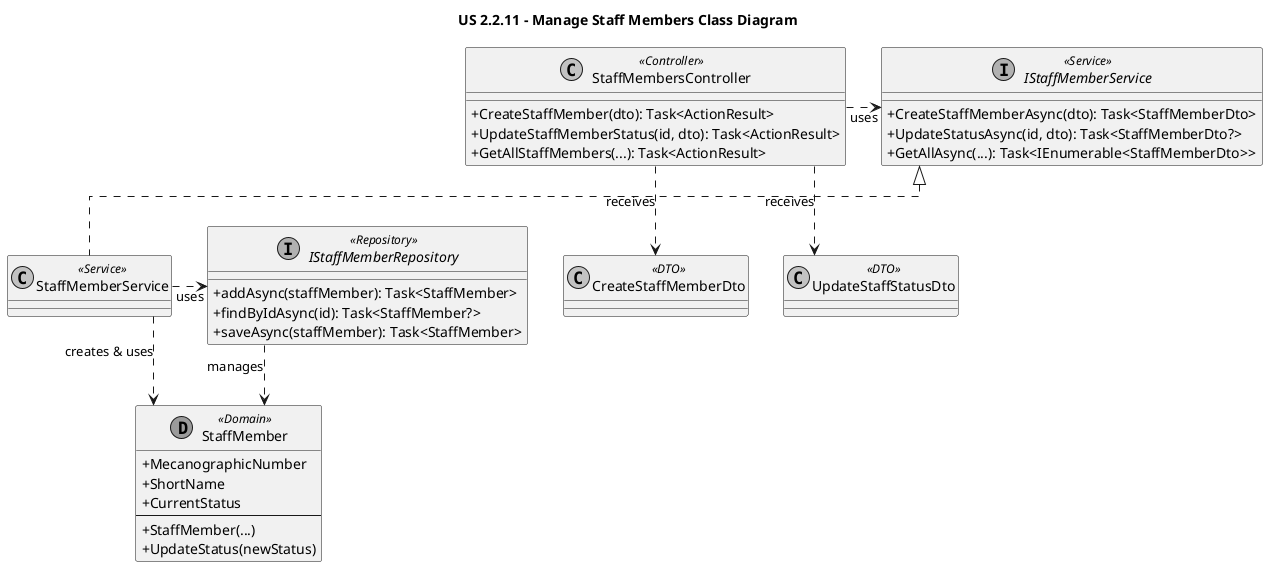
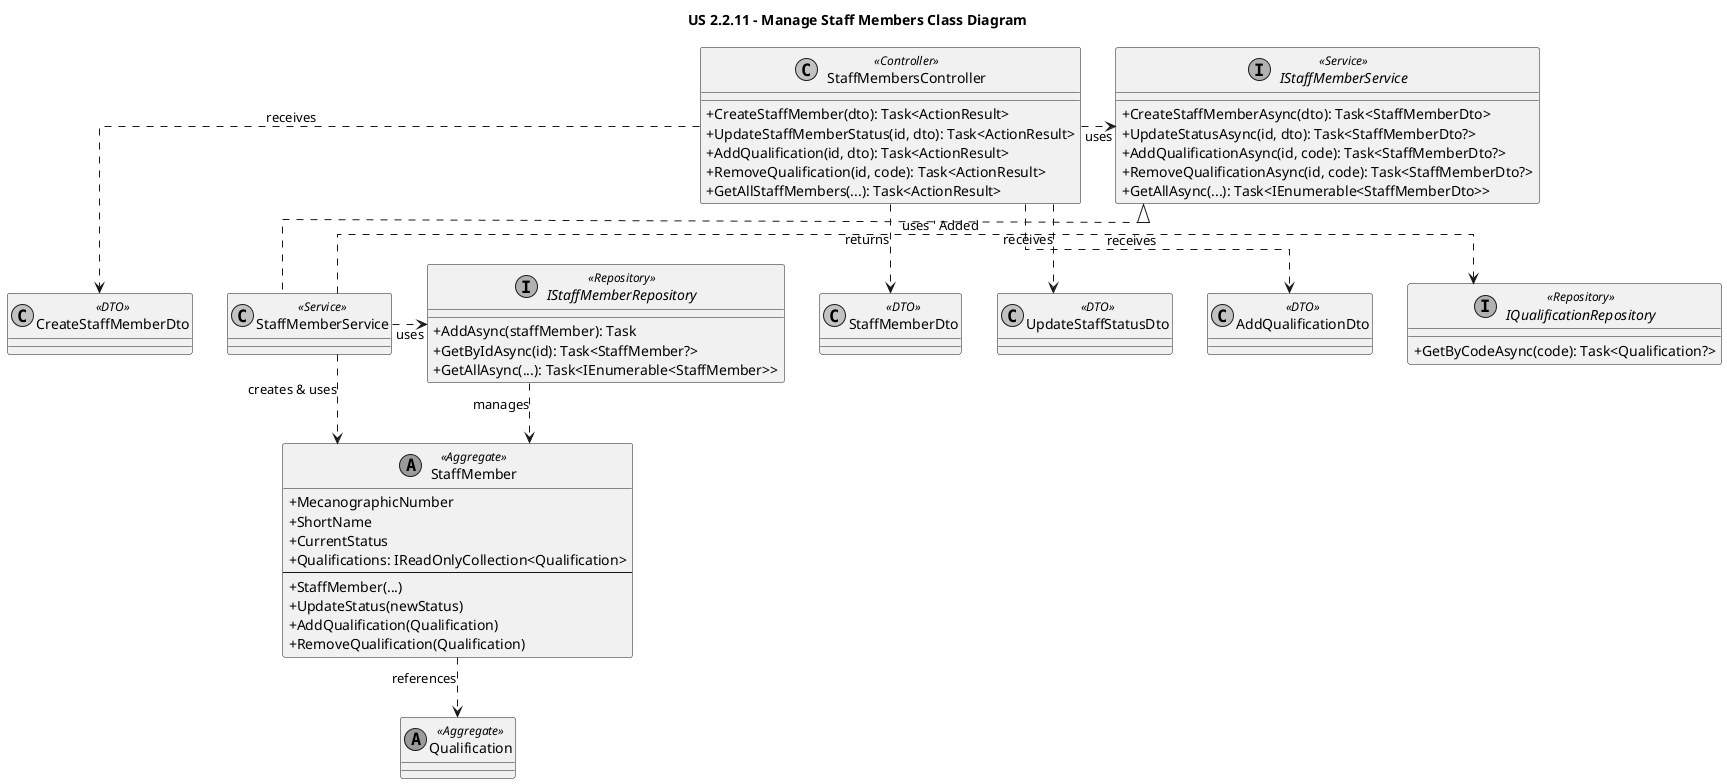
@startuml
' US 2.2.11 - Class Diagram
title US 2.2.11 - Manage Staff Members Class Diagram

skinparam linetype ortho
skinparam monochrome true
skinparam shadowing false
skinparam classAttributeIconSize 0

class StaffMembersController <<Controller>> {
  + CreateStaffMember(dto): Task<ActionResult>
  + UpdateStaffMemberStatus(id, dto): Task<ActionResult>
+   + AddQualification(id, dto): Task<ActionResult>
+   + RemoveQualification(id, code): Task<ActionResult>
  + GetAllStaffMembers(...): Task<ActionResult>
}

interface IStaffMemberService <<Service>> {
  + CreateStaffMemberAsync(dto): Task<StaffMemberDto>
  + UpdateStatusAsync(id, dto): Task<StaffMemberDto?>
+   + AddQualificationAsync(id, code): Task<StaffMemberDto?>
+   + RemoveQualificationAsync(id, code): Task<StaffMemberDto?>
  + GetAllAsync(...): Task<IEnumerable<StaffMemberDto>>
}

class StaffMemberService <<Service>>

interface IStaffMemberRepository <<Repository>> {
-   + addAsync(staffMember): Task<StaffMember>
-   + findByIdAsync(id): Task<StaffMember?>
-   + saveAsync(staffMember): Task<StaffMember>
+   + AddAsync(staffMember): Task
+   + GetByIdAsync(id): Task<StaffMember?>
+   + GetAllAsync(...): Task<IEnumerable<StaffMember>>
}

- class StaffMember <<(D,orchid) Domain>> {
+ ' Added for qualification dependency
+ interface IQualificationRepository <<Repository>> {
+  + GetByCodeAsync(code): Task<Qualification?>
+ }
+ 
+ 
+ class StaffMember <<(A,orchid) Aggregate>> {
  + MecanographicNumber
  + ShortName
  + CurrentStatus
+   + Qualifications: IReadOnlyCollection<Qualification>
  ---
  + StaffMember(...)
  + UpdateStatus(newStatus)
+   + AddQualification(Qualification)
+   + RemoveQualification(Qualification)
}
+ 
+ class Qualification <<(A,orchid) Aggregate>>

class CreateStaffMemberDto <<DTO>>
class UpdateStaffStatusDto <<DTO>>
+ class AddQualificationDto <<DTO>>
+ class StaffMemberDto <<DTO>>

StaffMembersController .> IStaffMemberService : uses
StaffMemberService .up.|> IStaffMemberService
StaffMemberService .> IStaffMemberRepository : uses
+ StaffMemberService .> IQualificationRepository : uses ' Added
IStaffMemberRepository ..> StaffMember : manages
StaffMemberService ..> StaffMember : creates & uses
+ StaffMember ..> Qualification : references
StaffMembersController ..> CreateStaffMemberDto : receives
StaffMembersController ..> UpdateStaffStatusDto : receives
+ StaffMembersController ..> AddQualificationDto : receives
+ StaffMembersController ..> StaffMemberDto : returns

@enduml